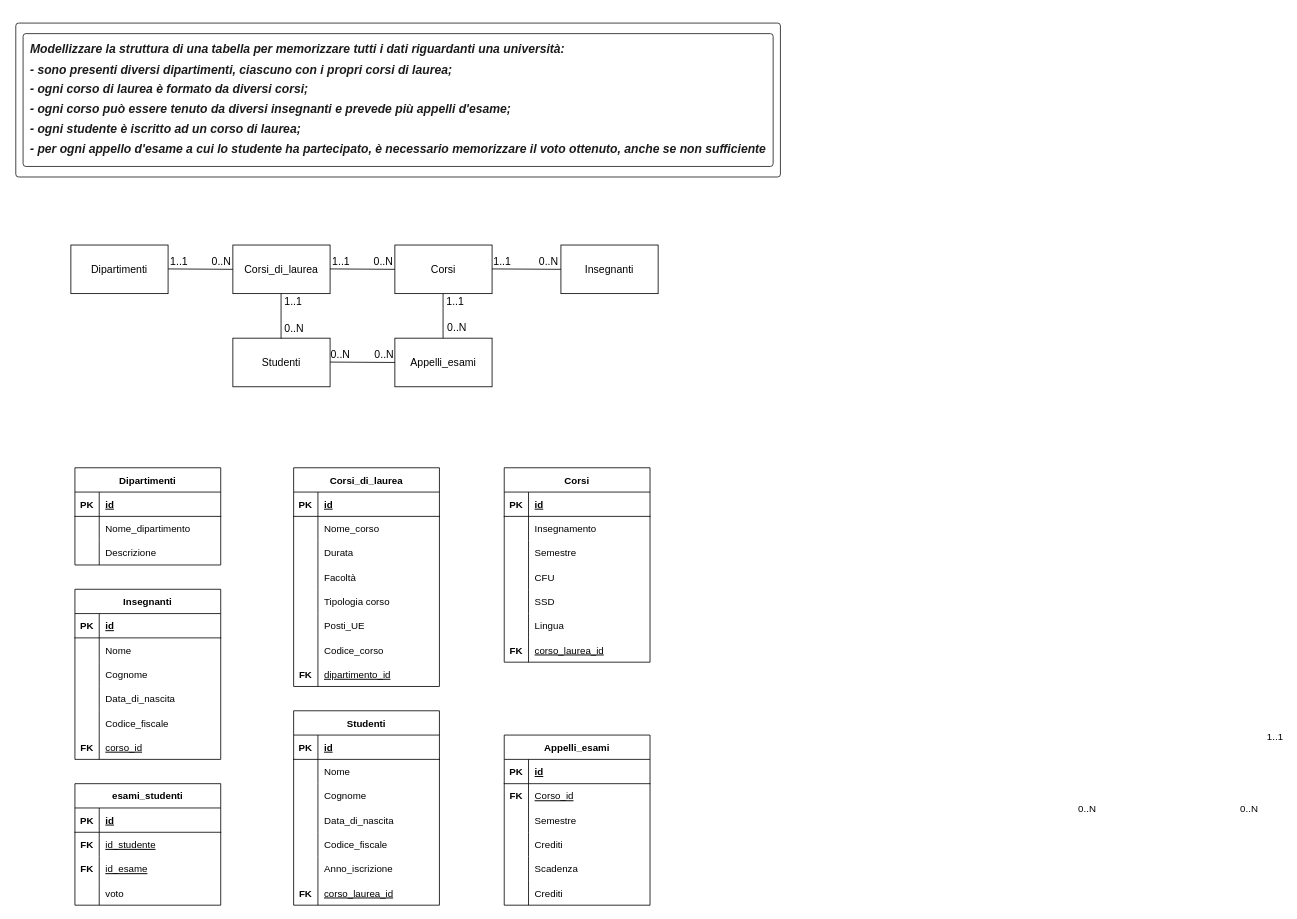
Earlier version of the draw.io diagram db-university.drawio (Intrusion0/db-university). Source tidied: cells renumbered, new cells numbered last; positions are measured from the earlier drawing's top-left corner, leaving out a move shared by most shapes. Both pictures are drawn from the tidied source at 81%, with x=0, y=0 at pixel (14, 14).
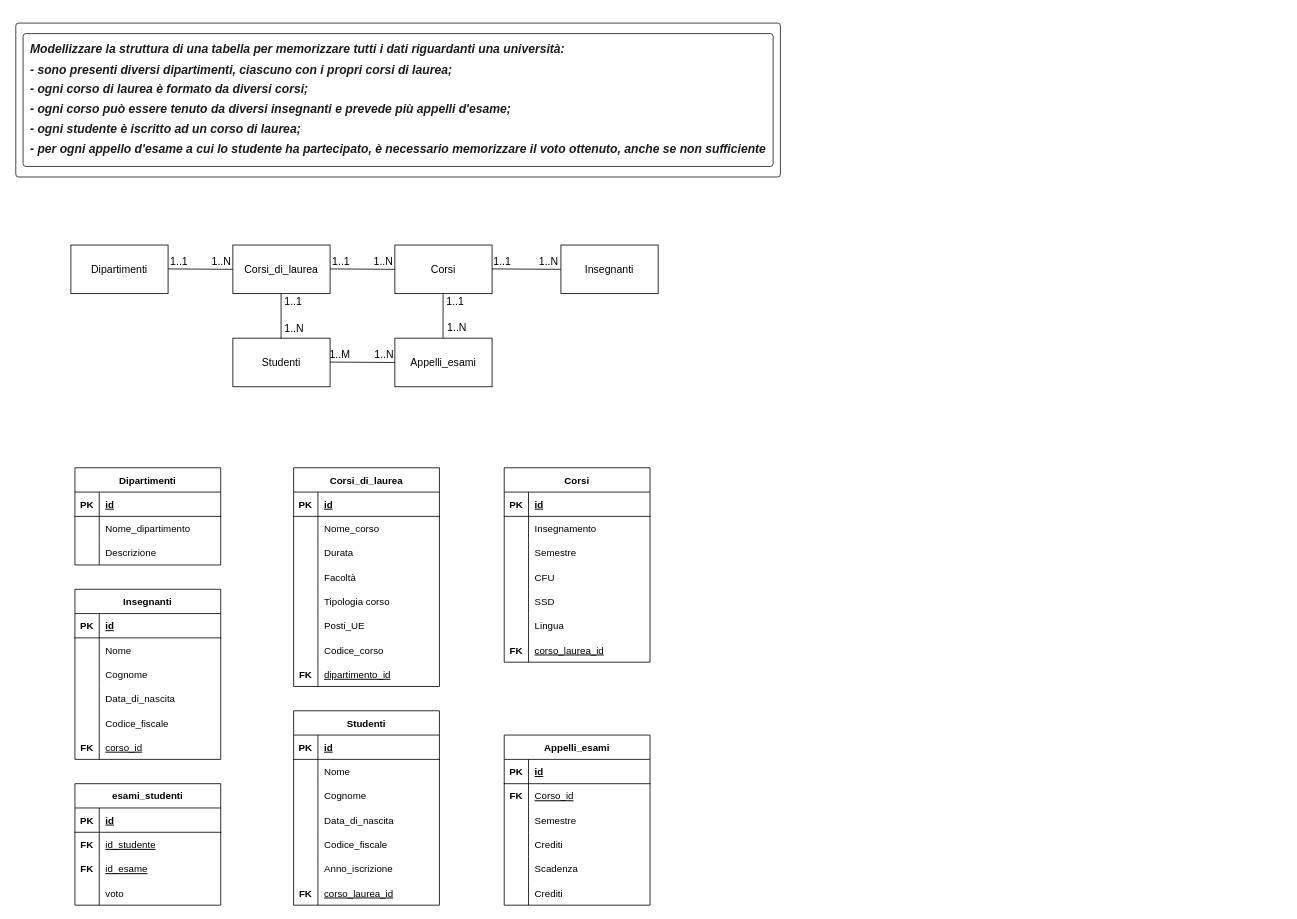
Above is the later version.

The change refers to these unchanged cells:
```xml
<mxCell id="6" style="endArrow=none;html=1;rounded=0;fontSize=13;" parent="1" edge="1">
  <mxGeometry relative="1" as="geometry">
    <mxPoint x="190" y="314.5" as="sourcePoint" />
    <mxPoint x="270" y="315" as="targetPoint" />
  </mxGeometry>
</mxCell>
<mxCell id="9" style="endArrow=none;html=1;rounded=0;entryX=0;entryY=0.5;entryDx=0;entryDy=0;fontSize=13;" parent="1" edge="1" target="5">
  <mxGeometry relative="1" as="geometry">
    <mxPoint x="590" y="314.5" as="sourcePoint" />
  </mxGeometry>
</mxCell>
<mxCell id="12" style="endArrow=none;html=1;rounded=0;fontSize=13;" parent="1" edge="1">
  <mxGeometry relative="1" as="geometry">
    <mxPoint x="390" y="314.5" as="sourcePoint" />
    <mxPoint x="470" y="315" as="targetPoint" />
  </mxGeometry>
</mxCell>
<mxCell id="92" style="endArrow=none;html=1;rounded=0;fontSize=13;" parent="1" edge="1">
  <mxGeometry relative="1" as="geometry">
    <mxPoint x="529.5" y="345" as="sourcePoint" />
    <mxPoint x="529.5" y="400.5" as="targetPoint" />
  </mxGeometry>
</mxCell>
<mxCell id="97" style="endArrow=none;html=1;rounded=0;fontSize=13;" parent="1" edge="1">
  <mxGeometry relative="1" as="geometry">
    <mxPoint x="329.5" y="345" as="sourcePoint" />
    <mxPoint x="329.5" y="400.5" as="targetPoint" />
  </mxGeometry>
</mxCell>
```

Diff of the diagram source:
```diff
@@
-    <mxCell id="8" value="0..N" style="html=1;align=right;verticalAlign=bottom;fontSize=13;" parent="6" vertex="1">
+    <mxCell id="8" value="1..N" style="html=1;align=right;verticalAlign=bottom;fontSize=13;" parent="6" vertex="1">
       <mxGeometry x="1" relative="1" as="geometry">
         <mxPoint x="-2" as="offset" />
       </mxGeometry>
     </mxCell>
@@
-    <mxCell id="10" value="1..1" style="html=1;align=left;verticalAlign=bottom;" parent="9" vertex="1">
-      <mxGeometry x="-1" relative="1" as="geometry">
-        <mxPoint x="955" y="586" as="offset" />
-      </mxGeometry>
-    </mxCell>
-    <mxCell id="11" value="0..N" style="html=1;align=right;verticalAlign=bottom;fontSize=13;" parent="9" vertex="1">
+    <mxCell id="11" value="1..N" style="html=1;align=right;verticalAlign=bottom;fontSize=13;" parent="9" vertex="1">
       <mxGeometry x="1" relative="1" as="geometry">
         <mxPoint x="-3" as="offset" />
       </mxGeometry>
     </mxCell>
@@
-    <mxCell id="14" value="0..N" style="html=1;align=right;verticalAlign=bottom;fontSize=13;" parent="12" vertex="1">
+    <mxCell id="14" value="1..N" style="html=1;align=right;verticalAlign=bottom;fontSize=13;" parent="12" vertex="1">
       <mxGeometry x="1" relative="1" as="geometry">
         <mxPoint x="-2" as="offset" />
       </mxGeometry>
     </mxCell>
@@
-    <mxCell id="94" value="0..N" style="html=1;align=right;verticalAlign=bottom;" parent="92" vertex="1">
-      <mxGeometry x="1" relative="1" as="geometry">
-        <mxPoint x="1006" y="589" as="offset" />
-      </mxGeometry>
-    </mxCell>
@@
-    <mxCell id="99" value="0..N" style="html=1;align=right;verticalAlign=bottom;" parent="97" vertex="1">
-      <mxGeometry x="1" relative="1" as="geometry">
-        <mxPoint x="1006" y="589" as="offset" />
-      </mxGeometry>
-    </mxCell>
-    <mxCell id="100" value="0..N" style="html=1;align=left;verticalAlign=bottom;fontSize=13;" parent="1" vertex="1">
+    <mxCell id="100" value="1..N" style="html=1;align=left;verticalAlign=bottom;fontSize=13;" parent="1" vertex="1">
       <mxGeometry x="331.5" y="398" as="geometry" />
     </mxCell>
-    <mxCell id="101" value="0..N" style="html=1;align=left;verticalAlign=bottom;fontSize=13;" parent="1" vertex="1">
+    <mxCell id="101" value="1..N" style="html=1;align=left;verticalAlign=bottom;fontSize=13;" parent="1" vertex="1">
       <mxGeometry x="532.5" y="397" as="geometry" />
     </mxCell>
@@
-    <mxCell id="103" value="0..N" style="html=1;align=right;verticalAlign=bottom;fontSize=13;" parent="1" vertex="1">
+    <mxCell id="103" value="1..N" style="html=1;align=right;verticalAlign=bottom;fontSize=13;" parent="1" vertex="1">
       <mxGeometry x="469" y="430" as="geometry" />
     </mxCell>
-    <mxCell id="104" value="0..N" style="html=1;align=right;verticalAlign=bottom;fontSize=13;" parent="1" vertex="1">
+    <mxCell id="104" value="1..M" style="html=1;align=right;verticalAlign=bottom;fontSize=13;" parent="1" vertex="1">
       <mxGeometry x="415" y="430" as="geometry" />
     </mxCell>
```
